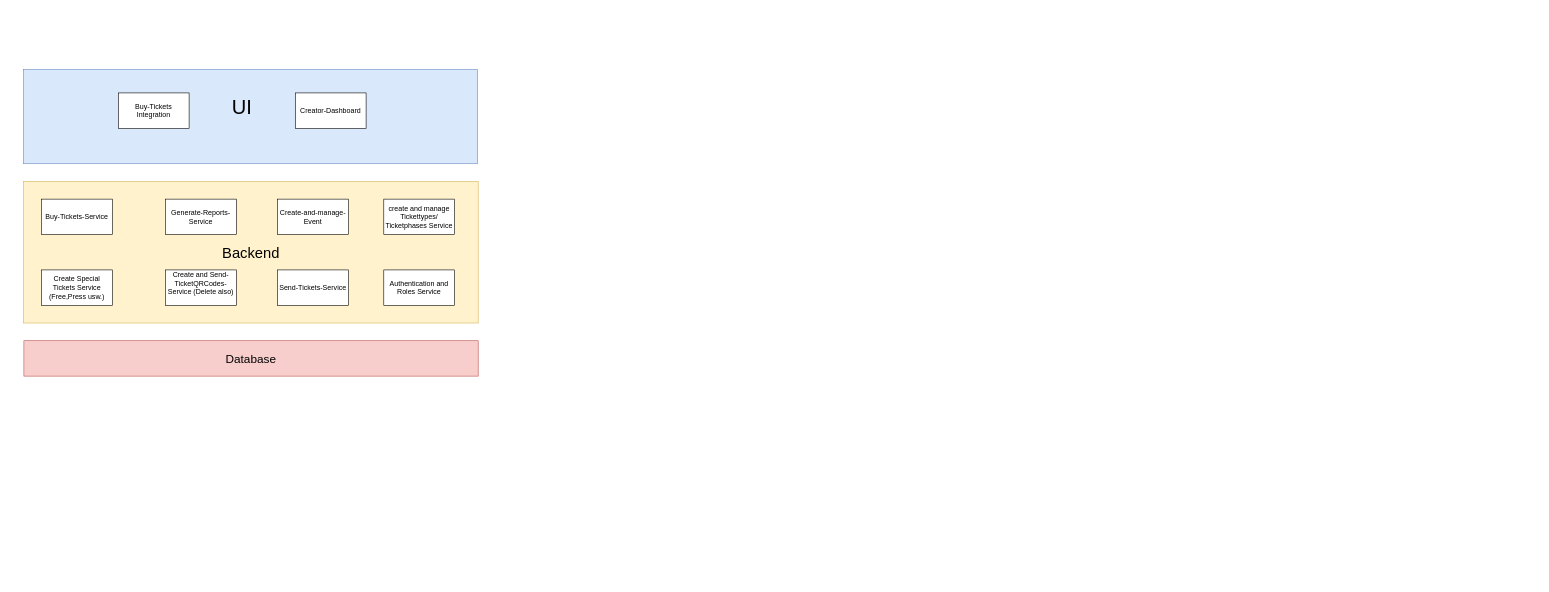
Above: benevolo_architecture.drawio in thi24/architecture (draw.io), before the change. Source tidied: cells renumbered, new cells numbered last; positions are measured from the earlier drawing's top-left corner, leaving out a move shared by most shapes. Both pictures are drawn from the tidied source at 59%, with x=0, y=0 at pixel (23, 69).
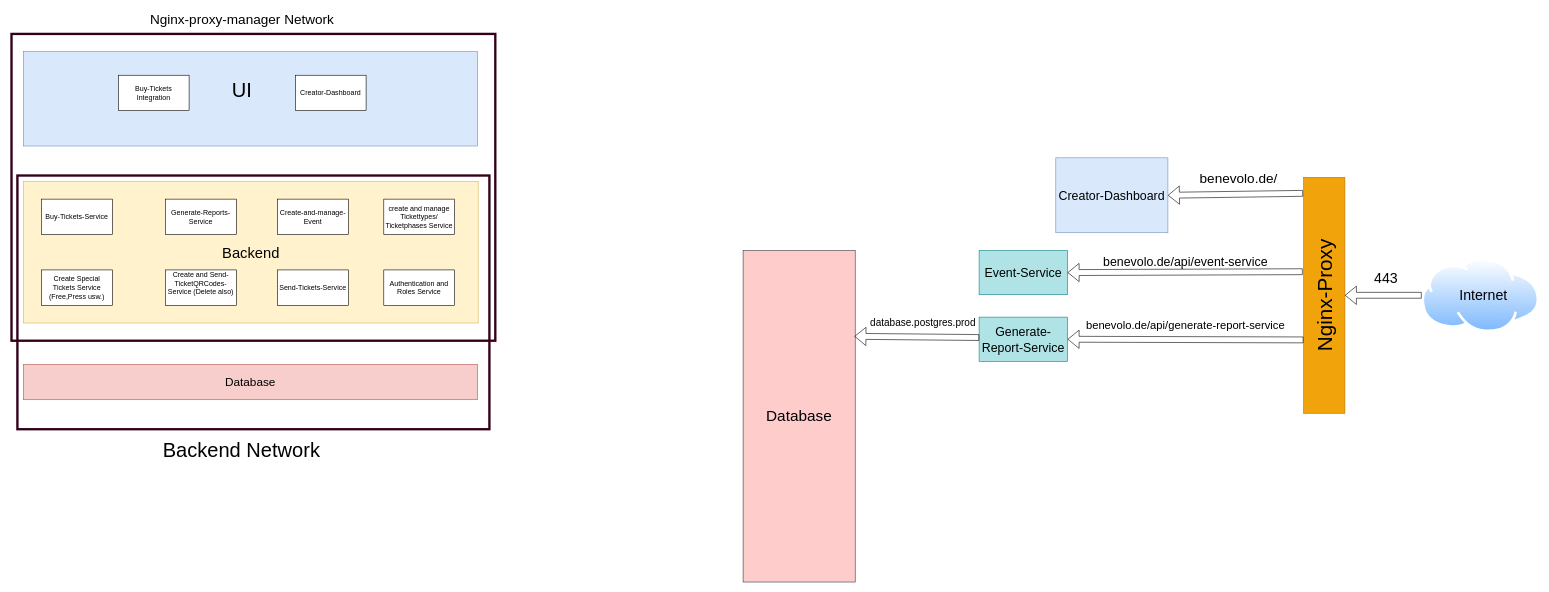
The same diagram, later.

Change to the diagram source:
```diff
@@
+    <mxCell id="17" style="rounded=0;whiteSpace=wrap;html=1;fillColor=none;strokeColor=#33001A;strokeWidth=4;" parent="1" vertex="1">
+      <mxGeometry x="-20" y="-60" width="820" height="520" as="geometry" />
+    </mxCell>
+    <mxCell id="18" style="rounded=0;whiteSpace=wrap;html=1;fillColor=none;strokeColor=#33001A;strokeWidth=4;" parent="1" vertex="1">
+      <mxGeometry x="-10" y="180" width="800" height="430" as="geometry" />
+    </mxCell>
@@
     <mxCell id="3" style="rounded=0;whiteSpace=wrap;html=1;fillColor=#dae8fc;strokeColor=#6c8ebf;" parent="1" vertex="1">
-      <mxGeometry width="770" height="160" as="geometry" />
+      <mxGeometry y="-30" width="770" height="160" as="geometry" />
     </mxCell>
     <mxCell id="4" value="Creator-Dashboard" style="rounded=0;whiteSpace=wrap;html=1;" parent="1" vertex="1">
-      <mxGeometry x="461" y="40" width="120" height="60" as="geometry" />
+      <mxGeometry x="461" y="10" width="120" height="60" as="geometry" />
     </mxCell>
     <mxCell id="5" value="&lt;font style=&quot;font-size: 20px;&quot;&gt;Database&lt;/font&gt;" style="rounded=0;whiteSpace=wrap;html=1;fillColor=#f8cecc;strokeColor=#b85450;" parent="1" vertex="1">
-      <mxGeometry x="1" y="460" width="770" height="60" as="geometry" />
+      <mxGeometry y="500" width="770" height="60" as="geometry" />
     </mxCell>
     <mxCell id="6" value="Buy-Tickets&lt;div&gt;Integration&lt;/div&gt;" style="rounded=0;whiteSpace=wrap;html=1;" parent="1" vertex="1">
-      <mxGeometry x="161" y="40" width="120" height="60" as="geometry" />
+      <mxGeometry x="161" y="10" width="120" height="60" as="geometry" />
     </mxCell>
@@
     <mxCell id="15" value="&lt;font style=&quot;font-size: 34px;&quot;&gt;UI&lt;/font&gt;" style="text;html=1;align=center;verticalAlign=middle;whiteSpace=wrap;rounded=0;" parent="1" vertex="1">
-      <mxGeometry x="341" y="50" width="60" height="30" as="geometry" />
+      <mxGeometry x="341" y="20" width="60" height="30" as="geometry" />
     </mxCell>
@@
+    <mxCell id="19" value="&lt;font style=&quot;font-size: 23px;&quot;&gt;Nginx-proxy-manager Network&lt;/font&gt;" style="text;html=1;align=center;verticalAlign=middle;whiteSpace=wrap;rounded=0;" parent="1" vertex="1">
+      <mxGeometry x="91" y="-100" width="560" height="30" as="geometry" />
+    </mxCell>
+    <mxCell id="20" value="&lt;font style=&quot;font-size: 34px;&quot;&gt;Backend Network&lt;/font&gt;" style="text;html=1;align=center;verticalAlign=middle;whiteSpace=wrap;rounded=0;" parent="1" vertex="1">
+      <mxGeometry x="210" y="630" width="320" height="30" as="geometry" />
+    </mxCell>
+    <mxCell id="21" style="image;perimeter=ellipsePerimeter;html=1;align=center;shadow=0;dashed=0;spacingTop=3;image=img/lib/active_directory/internet_cloud.svg;" parent="1" vertex="1">
+      <mxGeometry x="2370" y="320" width="200" height="126" as="geometry" />
+    </mxCell>
+    <mxCell id="22" value="&lt;font style=&quot;font-size: 24px;&quot;&gt;Internet&lt;/font&gt;" style="text;html=1;align=center;verticalAlign=middle;whiteSpace=wrap;rounded=0;" parent="1" vertex="1">
+      <mxGeometry x="2430" y="368" width="90" height="30" as="geometry" />
+    </mxCell>
+    <mxCell id="23" value="&lt;font style=&quot;font-size: 35px;&quot;&gt;Nginx-Proxy&lt;/font&gt;" style="rounded=0;whiteSpace=wrap;html=1;fillColor=#f0a30a;fontColor=#000000;strokeColor=#BD7000;horizontal=0;" parent="1" vertex="1">
+      <mxGeometry x="2170" y="183" width="70" height="400" as="geometry" />
+    </mxCell>
+    <mxCell id="24" style="shape=flexArrow;endArrow=classic;html=1;rounded=0;exitX=0;exitY=0.5;exitDx=0;exitDy=0;entryX=1;entryY=0.5;entryDx=0;entryDy=0;" parent="1" edge="1" source="21" target="23">
+      <mxGeometry relative="1" as="geometry" />
+    </mxCell>
+    <mxCell id="25" value="&lt;font style=&quot;font-size: 24px;&quot;&gt;443&lt;/font&gt;" style="text;html=1;align=center;verticalAlign=middle;whiteSpace=wrap;rounded=0;" parent="1" vertex="1">
+      <mxGeometry x="2280" y="340" width="60" height="30" as="geometry" />
+    </mxCell>
+    <mxCell id="26" value="&lt;font style=&quot;font-size: 21px;&quot;&gt;Event-Service&lt;/font&gt;" style="rounded=0;whiteSpace=wrap;html=1;fillColor=#b0e3e6;strokeColor=#0e8088;" parent="1" vertex="1">
+      <mxGeometry x="1620" y="307" width="150" height="75" as="geometry" />
+    </mxCell>
+    <mxCell id="27" value="&lt;font style=&quot;font-size: 21px;&quot;&gt;Creator-Dashboard&lt;/font&gt;" style="rounded=0;whiteSpace=wrap;html=1;fillColor=#dae8fc;strokeColor=#6c8ebf;" parent="1" vertex="1">
+      <mxGeometry x="1750" y="150" width="190" height="127" as="geometry" />
+    </mxCell>
+    <mxCell id="28" value="&lt;font style=&quot;font-size: 21px;&quot;&gt;Generate-Report-Service&lt;/font&gt;" style="rounded=0;whiteSpace=wrap;html=1;fillColor=#b0e3e6;strokeColor=#0e8088;" parent="1" vertex="1">
+      <mxGeometry x="1620" y="420" width="150" height="75" as="geometry" />
+    </mxCell>
+    <mxCell id="29" style="shape=flexArrow;endArrow=classic;html=1;rounded=0;entryX=1;entryY=0.5;entryDx=0;entryDy=0;exitX=-0.015;exitY=0.068;exitDx=0;exitDy=0;exitPerimeter=0;" parent="1" edge="1" source="23" target="27">
+      <mxGeometry relative="1" as="geometry" />
+    </mxCell>
+    <mxCell id="30" value="&lt;font style=&quot;font-size: 23px;&quot;&gt;benevolo.de/&lt;/font&gt;" style="text;html=1;align=center;verticalAlign=middle;whiteSpace=wrap;rounded=0;" parent="1" vertex="1">
+      <mxGeometry x="1970" y="170" width="180" height="30" as="geometry" />
+    </mxCell>
+    <mxCell id="31" style="shape=flexArrow;endArrow=classic;html=1;rounded=0;entryX=1;entryY=0.5;entryDx=0;entryDy=0;exitX=-0.024;exitY=0.4;exitDx=0;exitDy=0;exitPerimeter=0;" parent="1" edge="1" source="23" target="26">
+      <mxGeometry relative="1" as="geometry" />
+    </mxCell>
+    <mxCell id="32" value="&lt;font style=&quot;font-size: 21px;&quot;&gt;benevolo.de/api/event-service&lt;/font&gt;" style="text;html=1;align=center;verticalAlign=middle;whiteSpace=wrap;rounded=0;" parent="1" vertex="1">
+      <mxGeometry x="1750" y="310" width="440" height="30" as="geometry" />
+    </mxCell>
+    <mxCell id="33" style="shape=flexArrow;endArrow=classic;html=1;rounded=0;entryX=1;entryY=0.5;entryDx=0;entryDy=0;exitX=-0.004;exitY=0.689;exitDx=0;exitDy=0;exitPerimeter=0;" parent="1" edge="1" source="23" target="28">
+      <mxGeometry relative="1" as="geometry" />
+    </mxCell>
+    <mxCell id="34" value="&lt;font style=&quot;font-size: 19px;&quot;&gt;benevolo.de/api/generate-report-service&lt;/font&gt;" style="text;html=1;align=center;verticalAlign=middle;whiteSpace=wrap;rounded=0;" parent="1" vertex="1">
+      <mxGeometry x="1750" y="420" width="440" height="30" as="geometry" />
+    </mxCell>
+    <mxCell id="35" value="&lt;font style=&quot;font-size: 26px;&quot;&gt;Database&lt;/font&gt;" style="rounded=0;whiteSpace=wrap;html=1;fillColor=#ffcccc;strokeColor=#36393d;" parent="1" vertex="1">
+      <mxGeometry x="1220" y="307" width="190" height="562" as="geometry" />
+    </mxCell>
+    <mxCell id="36" style="shape=flexArrow;endArrow=classic;html=1;rounded=0;exitX=0;exitY=0.5;exitDx=0;exitDy=0;entryX=0.993;entryY=0.259;entryDx=0;entryDy=0;entryPerimeter=0;" parent="1" edge="1" target="35">
+      <mxGeometry relative="1" as="geometry">
+        <mxPoint x="1620" y="454.6" as="sourcePoint" />
+      </mxGeometry>
+    </mxCell>
+    <mxCell id="37" value="&lt;font style=&quot;font-size: 17px;&quot;&gt;database.postgres.prod&lt;/font&gt;" style="text;html=1;align=center;verticalAlign=middle;whiteSpace=wrap;rounded=0;" parent="1" vertex="1">
+      <mxGeometry x="1430" y="416" width="190" height="30" as="geometry" />
+    </mxCell>
```
